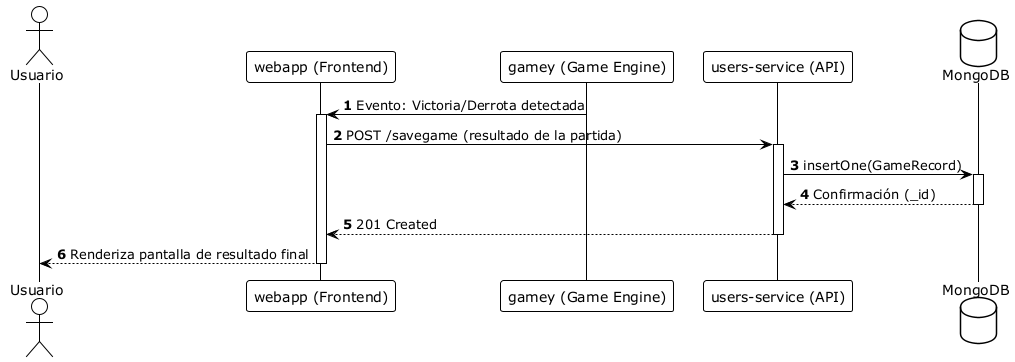
The PlantUML diagram images/runtime-endgame.png in Arquisoft/yovi_es2a, before a commit. Its diagram source:
```plantuml
@startuml







<style>
  root {
    BackgroundColor white
    FontColor black
    FontName Verdana
    HyperLinkColor blue
    LineColor black
    LineThickness 1
    Margin 5
  }
  document {
    caption {
      LineThickness 0
    }
    footer {
      LineThickness 0
    }
    header {
      LineThickness 0
    }
    title {
      FontSize 22
      LineThickness 0
    }
  }
  node {
    MaximumWidth 300
  }
</style>

skinparam ArrowLollipopColor black
skinparam BackgroundColor white
skinparam DefaultFontName Verdana
skinparam DefaultMonospacedFontName Courier
skinparam LifelineStrategy nosolid
skinparam ParticipantPadding 10
skinparam SequenceLifeLineBorderColor black
skinparam Shadowing false
skinparam UseBetaStyle true

skinparam Activity {
  BackgroundColor white
  BarColor black
  BorderColor black
  FontColor black
  FontName Verdana
}
skinparam Boundary {
  FontColor black
}
skinparam Box {
  Padding 5
}
skinparam CircledCharacter {
  FontColor black
  FontName Courier
  Radius 9
}
skinparam Class {
  BackgroundColor white
  BorderColor black
  FontColor black
  FontName Verdana
}
skinparam ClassAttribute {
  FontColor black
  FontName Verdana
}
skinparam ClassStereotype {
  FontColor black
  FontName Verdana
}
skinparam Footer {
  FontColor black
  FontName Verdana
}
skinparam Header {
  FontColor black
  FontName Verdana
}
skinparam Hyperlink {
  Color blue
}
skinparam IconPackage {
  Color black
  BackgroundColor white
}
skinparam IconPrivate {
  Color black
  BackgroundColor white
}
skinparam IconProtected {
  Color black
  BackgroundColor white
}
skinparam IconPublic {
  Color black
  BackgroundColor white
}
skinparam Note {
  FontColor black
  FontName Verdana
}
skinparam Object {
  BorderColor black
}
skinparam Package {
  BorderColor black
  FontColor black
  FontName Verdana
}
skinparam State {
  BackgroundColor white
  BorderColor black
}
skinparam StereotypeA {
  BackgroundColor white
  BorderColor black
}
skinparam StereotypeC {
  BackgroundColor white
  BorderColor black
}
skinparam StereotypeE {
  BackgroundColor white
  BorderColor black
}
skinparam StereotypeI {
  BackgroundColor white
  BorderColor black
}
skinparam StereotypeN {
  BackgroundColor white
  BorderColor black
}
skinparam UseCaseStereoType {
  FontColor black
  FontName Verdana
}
autonumber
skinparam monochrome true

actor Usuario
participant "webapp (Frontend)" as web
participant "gamey (Game Engine)" as gamey
participant "users-service (API)" as users
database "MongoDB" as mongo

gamey -> web: Evento: Victoria/Derrota detectada
activate web
web -> users: POST /savegame (resultado de la partida)
activate users
users -> mongo: insertOne(GameRecord)
activate mongo
mongo --> users: Confirmación (_id)
deactivate mongo
users --> web: 201 Created
deactivate users
web --> Usuario: Renderiza pantalla de resultado final
deactivate web
@enduml
```
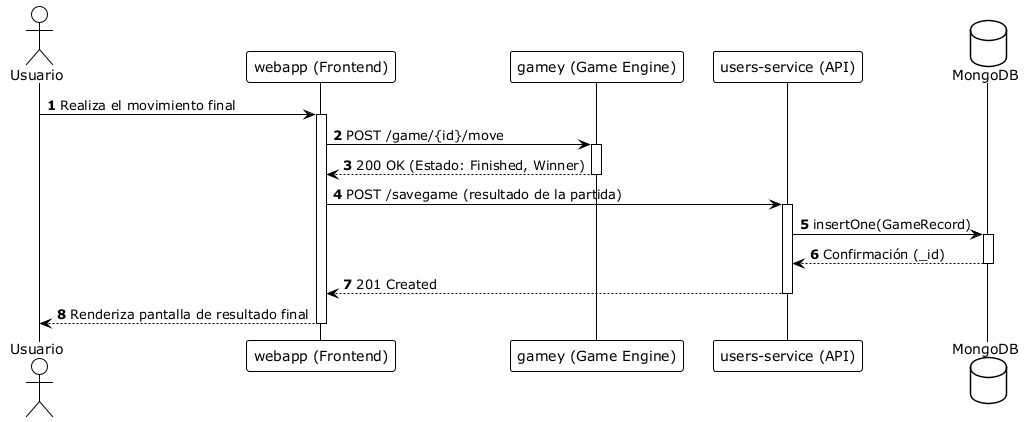
Later version of the same file.

The edit, as a diff of the source:
```diff
@@ -154,8 +154,13 @@
 participant "users-service (API)" as users
 database "MongoDB" as mongo
 
-gamey -> web: Evento: Victoria/Derrota detectada
+Usuario -> web: Realiza el movimiento final
 activate web
+web -> gamey: POST /game/{id}/move
+activate gamey
+gamey --> web: 200 OK (Estado: Finished, Winner)
+deactivate gamey
+
 web -> users: POST /savegame (resultado de la partida)
 activate users
 users -> mongo: insertOne(GameRecord)
@@ -164,6 +169,7 @@
 deactivate mongo
 users --> web: 201 Created
 deactivate users
+
 web --> Usuario: Renderiza pantalla de resultado final
 deactivate web
 @enduml
```
